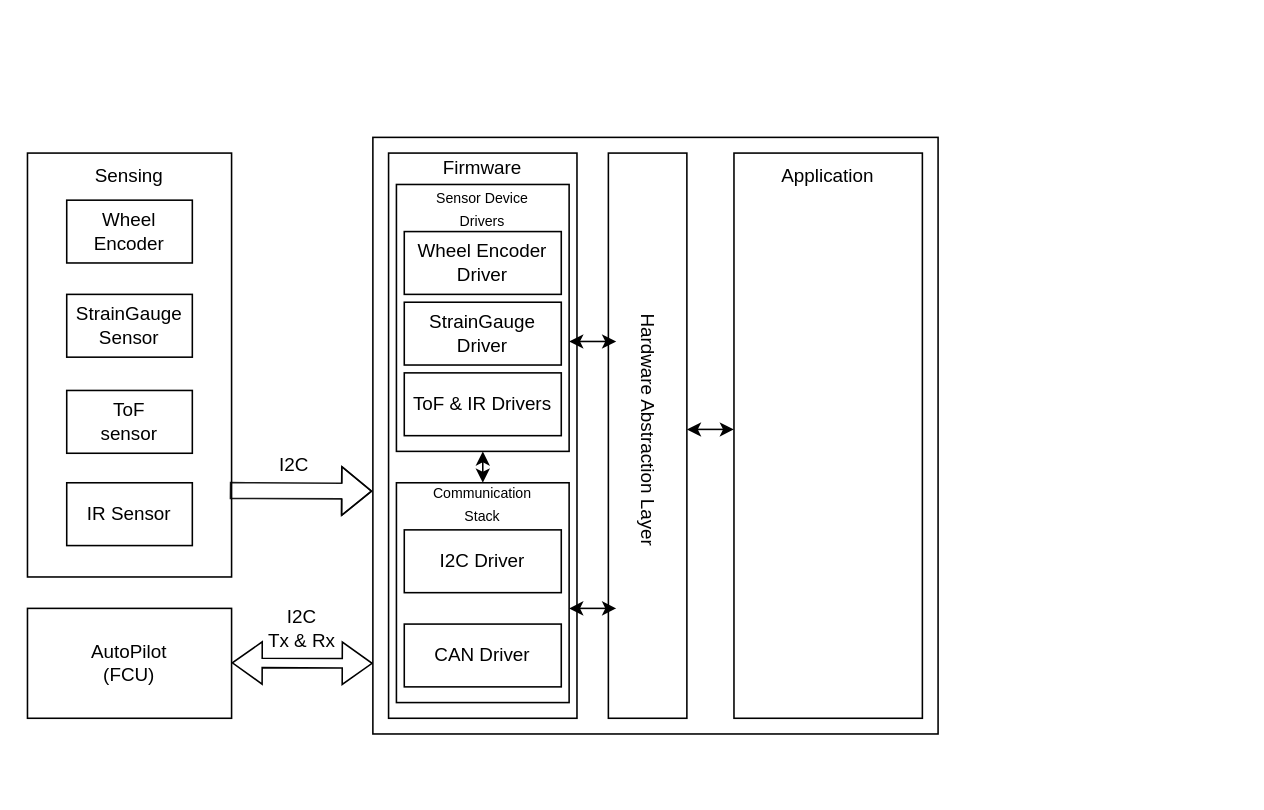
The draw.io diagram Untitled Diagram.drawio in ven0m-hue/Noreason, before the edit. Source tidied: cells renumbered, new cells numbered last; positions are measured from the earlier drawing's top-left corner, leaving out a move shared by most shapes. Both pictures are drawn from the tidied source at 157%, with x=0, y=0 at pixel (27, 137).
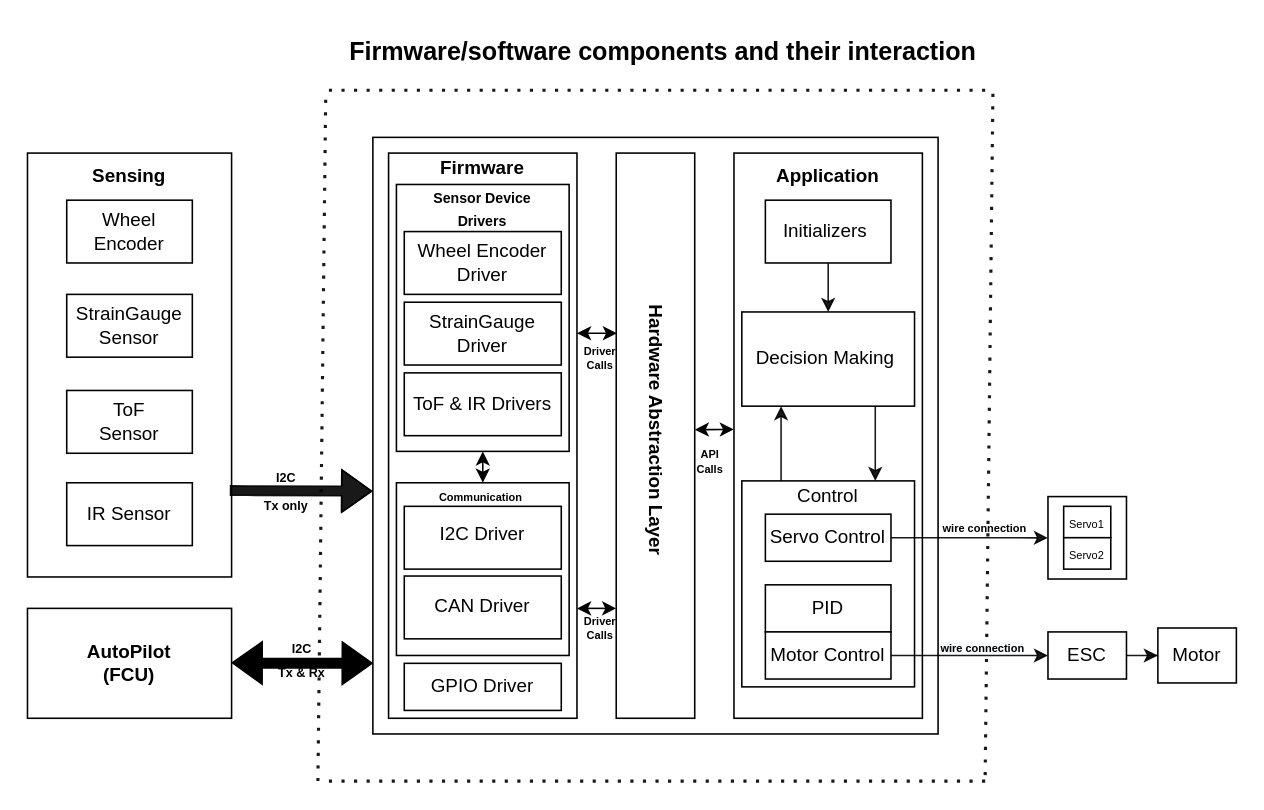
After the change.

Unchanged cells that the change refers to:
```xml
<mxCell id="2" style="rounded=0;whiteSpace=wrap;html=1;" parent="1" vertex="1">
  <mxGeometry y="10" width="130" height="270" as="geometry" />
</mxCell>
<mxCell id="10" style="rounded=0;whiteSpace=wrap;html=1;" parent="1" vertex="1">
  <mxGeometry x="220" width="360" height="380" as="geometry" />
</mxCell>
```

Change to the diagram source:
```diff
@@
-    <mxCell id="3" value="Sensing" style="text;html=1;strokeColor=none;fillColor=none;align=center;verticalAlign=middle;whiteSpace=wrap;rounded=0;" parent="1" vertex="1">
+    <mxCell id="3" value="&lt;b&gt;Sensing&lt;/b&gt;" style="text;html=1;strokeColor=none;fillColor=none;align=center;verticalAlign=middle;whiteSpace=wrap;rounded=0;" parent="1" vertex="1">
       <mxGeometry x="35" y="10" width="60" height="30" as="geometry" />
     </mxCell>
-    <mxCell id="4" value="ToF&lt;br&gt;sensor" style="rounded=0;whiteSpace=wrap;html=1;" parent="1" vertex="1">
+    <mxCell id="4" value="ToF&lt;br&gt;Sensor" style="rounded=0;whiteSpace=wrap;html=1;" parent="1" vertex="1">
       <mxGeometry x="25" y="161.2" width="80" height="40" as="geometry" />
     </mxCell>
@@
-    <mxCell id="8" value="AutoPilot&lt;br&gt;(FCU)" style="rounded=0;whiteSpace=wrap;html=1;" parent="1" vertex="1">
+    <mxCell id="8" value="&lt;b&gt;AutoPilot&lt;br&gt;(FCU)&lt;/b&gt;" style="rounded=0;whiteSpace=wrap;html=1;" parent="1" vertex="1">
       <mxGeometry y="300" width="130" height="70" as="geometry" />
     </mxCell>
-    <mxCell id="9" style="shape=flexArrow;endArrow=classic;startArrow=classic;html=1;rounded=0;width=6;" parent="1" edge="1">
+    <mxCell id="9" style="shape=flexArrow;endArrow=classic;startArrow=classic;html=1;rounded=0;width=6;fillColor=#000000;" parent="1" edge="1">
       <mxGeometry relative="1" as="geometry">
         <mxPoint x="130" y="334.7" as="sourcePoint" />
         <mxPoint x="220" y="335" as="targetPoint" />
       </mxGeometry>
     </mxCell>
@@
-    <mxCell id="12" value="Firmware" style="text;html=1;strokeColor=none;fillColor=none;align=center;verticalAlign=middle;whiteSpace=wrap;rounded=0;" parent="1" vertex="1">
+    <mxCell id="12" value="&lt;b&gt;Firmware&lt;/b&gt;" style="text;html=1;strokeColor=none;fillColor=none;align=center;verticalAlign=middle;whiteSpace=wrap;rounded=0;" parent="1" vertex="1">
       <mxGeometry x="260" y="10" width="60" height="20" as="geometry" />
     </mxCell>
@@
-    <mxCell id="14" value="&lt;font style=&quot;font-size: 9px&quot;&gt;Sensor Device Drivers&lt;/font&gt;" style="text;html=1;strokeColor=none;fillColor=none;align=center;verticalAlign=middle;whiteSpace=wrap;rounded=0;" parent="1" vertex="1">
+    <mxCell id="14" value="&lt;font style=&quot;font-size: 9px&quot;&gt;&lt;b&gt;Sensor Device Drivers&lt;/b&gt;&lt;/font&gt;" style="text;html=1;strokeColor=none;fillColor=none;align=center;verticalAlign=middle;whiteSpace=wrap;rounded=0;" parent="1" vertex="1">
       <mxGeometry x="250" y="30" width="80" height="30" as="geometry" />
     </mxCell>
@@
     <mxCell id="18" style="rounded=0;whiteSpace=wrap;html=1;" parent="1" vertex="1">
-      <mxGeometry x="235" y="220" width="110" height="140" as="geometry" />
+      <mxGeometry x="235" y="220" width="110" height="110" as="geometry" />
     </mxCell>
@@
-    <mxCell id="20" value="&lt;font style=&quot;font-size: 9px&quot;&gt;Communication Stack&lt;/font&gt;" style="text;html=1;strokeColor=none;fillColor=none;align=center;verticalAlign=middle;whiteSpace=wrap;rounded=0;" parent="1" vertex="1">
-      <mxGeometry x="260" y="225" width="60" height="15" as="geometry" />
+    <mxCell id="20" value="&lt;font size=&quot;1&quot;&gt;&lt;b style=&quot;font-size: 7px&quot;&gt;Communication&amp;nbsp;&lt;/b&gt;&lt;/font&gt;" style="text;html=1;strokeColor=none;fillColor=none;align=center;verticalAlign=middle;whiteSpace=wrap;rounded=0;" parent="1" vertex="1">
+      <mxGeometry x="260" y="220" width="60" height="15" as="geometry" />
     </mxCell>
     <mxCell id="21" style="rounded=0;whiteSpace=wrap;html=1;" parent="1" vertex="1">
-      <mxGeometry x="240" y="250" width="100" height="40" as="geometry" />
+      <mxGeometry x="240" y="235" width="100" height="40" as="geometry" />
     </mxCell>
     <mxCell id="22" value="&lt;font style=&quot;font-size: 12px&quot;&gt;I2C Driver&lt;/font&gt;" style="text;html=1;strokeColor=none;fillColor=none;align=center;verticalAlign=middle;whiteSpace=wrap;rounded=0;fontSize=9;" parent="1" vertex="1">
-      <mxGeometry x="260" y="255" width="60" height="30" as="geometry" />
+      <mxGeometry x="260" y="238.1" width="60" height="30" as="geometry" />
     </mxCell>
     <mxCell id="23" value="CAN Driver" style="rounded=0;whiteSpace=wrap;html=1;" parent="1" vertex="1">
-      <mxGeometry x="240" y="310" width="100" height="40" as="geometry" />
+      <mxGeometry x="240" y="279.4" width="100" height="40" as="geometry" />
     </mxCell>
     <mxCell id="24" style="rounded=0;whiteSpace=wrap;html=1;fontSize=12;" parent="1" vertex="1">
-      <mxGeometry x="370" y="10" width="50" height="360" as="geometry" />
+      <mxGeometry x="375" y="10" width="50" height="360" as="geometry" />
     </mxCell>
-    <mxCell id="25" value="Hardware Abstraction Layer" style="text;html=1;strokeColor=none;fillColor=none;align=center;verticalAlign=middle;whiteSpace=wrap;rounded=0;fontSize=12;rotation=90;" parent="1" vertex="1">
-      <mxGeometry x="283.8" y="171.2" width="222.5" height="30" as="geometry" />
+    <mxCell id="25" value="&lt;b&gt;Hardware Abstraction Layer&lt;/b&gt;" style="text;html=1;strokeColor=none;fillColor=none;align=center;verticalAlign=middle;whiteSpace=wrap;rounded=0;fontSize=12;rotation=90;" parent="1" vertex="1">
+      <mxGeometry x="288.8" y="171.2" width="222.5" height="30" as="geometry" />
     </mxCell>
-    <mxCell id="26" style="endArrow=classic;startArrow=classic;html=1;rounded=0;verticalAlign=top;horizontal=0;fontStyle=2;align=center;" parent="1" edge="1">
+    <mxCell id="26" style="endArrow=classic;startArrow=classic;html=1;rounded=0;verticalAlign=top;horizontal=0;fontStyle=2;align=center;entryX=0.01;entryY=0.319;entryDx=0;entryDy=0;entryPerimeter=0;" parent="1" edge="1" target="24">
       <mxGeometry relative="1" as="geometry">
-        <mxPoint x="345" y="130" as="sourcePoint" />
-        <mxPoint x="375" y="130" as="targetPoint" />
+        <mxPoint x="350" y="124.7" as="sourcePoint" />
       </mxGeometry>
     </mxCell>
     <mxCell id="27" style="endArrow=classic;startArrow=classic;html=1;rounded=0;verticalAlign=top;horizontal=0;fontStyle=2;align=center;" parent="1" edge="1">
       <mxGeometry relative="1" as="geometry">
-        <mxPoint x="345" y="300" as="sourcePoint" />
+        <mxPoint x="350" y="300" as="sourcePoint" />
         <mxPoint x="375" y="300" as="targetPoint" />
       </mxGeometry>
     </mxCell>
@@
     <mxCell id="29" style="endArrow=classic;startArrow=classic;html=1;rounded=0;verticalAlign=top;horizontal=0;fontStyle=2;align=center;" parent="1" edge="1">
       <mxGeometry relative="1" as="geometry">
-        <mxPoint x="420" y="186" as="sourcePoint" />
+        <mxPoint x="425" y="186.2" as="sourcePoint" />
         <mxPoint x="450" y="186" as="targetPoint" />
       </mxGeometry>
     </mxCell>
-    <mxCell id="30" value="I2C" style="text;html=1;strokeColor=none;fillColor=none;align=center;verticalAlign=middle;whiteSpace=wrap;rounded=0;fontSize=12;" parent="1" vertex="1">
-      <mxGeometry x="150" y="200" width="40" height="18.8" as="geometry" />
+    <mxCell id="30" value="&lt;font style=&quot;font-size: 8px&quot;&gt;&lt;b&gt;I2C&lt;/b&gt;&lt;/font&gt;" style="text;html=1;strokeColor=none;fillColor=none;align=center;verticalAlign=middle;whiteSpace=wrap;rounded=0;fontSize=12;" parent="1" vertex="1">
+      <mxGeometry x="145" y="206.2" width="40" height="18.8" as="geometry" />
     </mxCell>
-    <mxCell id="31" style="shape=flexArrow;endArrow=classic;html=1;rounded=0;fontSize=12;sourcePerimeterSpacing=0;strokeWidth=1;opacity=90;exitX=0.991;exitY=0.796;exitDx=0;exitDy=0;exitPerimeter=0;entryX=-0.001;entryY=0.593;entryDx=0;entryDy=0;entryPerimeter=0;" parent="1" edge="1" source="2" target="10">
+    <mxCell id="31" style="shape=flexArrow;endArrow=classic;html=1;rounded=0;fontSize=12;sourcePerimeterSpacing=0;strokeWidth=1;opacity=90;exitX=0.991;exitY=0.796;exitDx=0;exitDy=0;exitPerimeter=0;entryX=-0.001;entryY=0.593;entryDx=0;entryDy=0;entryPerimeter=0;width=6;labelBackgroundColor=#000000;fillColor=#000000;" parent="1" edge="1" source="2" target="10">
       <mxGeometry relative="1" as="geometry">
         <Array as="points">
           <mxPoint x="140" y="225" />
         </Array>
       </mxGeometry>
     </mxCell>
-    <mxCell id="32" value="I2C&lt;br&gt;Tx &amp;amp; Rx" style="text;html=1;strokeColor=none;fillColor=none;align=center;verticalAlign=middle;whiteSpace=wrap;rounded=0;fontSize=12;" parent="1" vertex="1">
-      <mxGeometry x="150" y="300" width="50" height="25" as="geometry" />
+    <mxCell id="32" value="&lt;font style=&quot;font-size: 8px&quot;&gt;&lt;b&gt;I2C&lt;br&gt;Tx &amp;amp; Rx&lt;/b&gt;&lt;/font&gt;" style="text;html=1;strokeColor=none;fillColor=none;align=center;verticalAlign=middle;whiteSpace=wrap;rounded=0;fontSize=12;" parent="1" vertex="1">
+      <mxGeometry x="150" y="319.4" width="50" height="25" as="geometry" />
     </mxCell>
-    <mxCell id="33" value="Application" style="text;html=1;strokeColor=none;fillColor=none;align=center;verticalAlign=middle;whiteSpace=wrap;rounded=0;fontSize=12;" parent="1" vertex="1">
+    <mxCell id="33" value="&lt;b&gt;Application&lt;/b&gt;" style="text;html=1;strokeColor=none;fillColor=none;align=center;verticalAlign=middle;whiteSpace=wrap;rounded=0;fontSize=12;" parent="1" vertex="1">
       <mxGeometry x="470" y="10" width="80" height="30" as="geometry" />
     </mxCell>
+    <mxCell id="34" style="edgeStyle=orthogonalEdgeStyle;rounded=0;jettySize=auto;html=1;fontSize=12;sourcePerimeterSpacing=0;strokeWidth=1;opacity=90;" parent="1" edge="1" source="35" target="37">
+      <mxGeometry relative="1" as="geometry" />
+    </mxCell>
+    <mxCell id="35" value="Initializers&amp;nbsp;" style="rounded=0;whiteSpace=wrap;html=1;fontSize=12;" parent="1" vertex="1">
+      <mxGeometry x="470" y="40" width="80" height="40" as="geometry" />
+    </mxCell>
+    <mxCell id="36" style="edgeStyle=orthogonalEdgeStyle;rounded=0;jettySize=auto;html=1;fontSize=12;sourcePerimeterSpacing=0;strokeWidth=1;opacity=90;" parent="1" edge="1" source="37" target="45">
+      <mxGeometry relative="1" as="geometry">
+        <Array as="points">
+          <mxPoint x="540" y="190" />
+          <mxPoint x="540" y="190" />
+        </Array>
+      </mxGeometry>
+    </mxCell>
+    <mxCell id="37" value="Decision Making&amp;nbsp;" style="rounded=0;whiteSpace=wrap;html=1;fontSize=12;" parent="1" vertex="1">
+      <mxGeometry x="455" y="111.2" width="110" height="60" as="geometry" />
+    </mxCell>
+    <mxCell id="38" style="rounded=0;whiteSpace=wrap;html=1;fontSize=12;" parent="1" vertex="1">
+      <mxGeometry x="455" y="218.8" width="110" height="131.2" as="geometry" />
+    </mxCell>
+    <mxCell id="39" value="PID" style="rounded=0;whiteSpace=wrap;html=1;fontSize=12;" parent="1" vertex="1">
+      <mxGeometry x="470" y="285" width="80" height="30" as="geometry" />
+    </mxCell>
+    <mxCell id="40" style="edgeStyle=orthogonalEdgeStyle;rounded=0;jettySize=auto;html=1;fontSize=12;sourcePerimeterSpacing=0;strokeWidth=1;opacity=90;" parent="1" edge="1" source="41" target="47">
+      <mxGeometry relative="1" as="geometry" />
+    </mxCell>
+    <mxCell id="41" value="Servo Control" style="rounded=0;whiteSpace=wrap;html=1;fontSize=12;" parent="1" vertex="1">
+      <mxGeometry x="470" y="240" width="80" height="30" as="geometry" />
+    </mxCell>
+    <mxCell id="42" style="edgeStyle=orthogonalEdgeStyle;rounded=0;jettySize=auto;html=1;fontSize=7;sourcePerimeterSpacing=0;strokeWidth=1;opacity=90;" parent="1" edge="1" source="43" target="51">
+      <mxGeometry relative="1" as="geometry" />
+    </mxCell>
+    <mxCell id="43" value="Motor Control" style="rounded=0;whiteSpace=wrap;html=1;fontSize=12;" parent="1" vertex="1">
+      <mxGeometry x="470" y="315" width="80" height="30" as="geometry" />
+    </mxCell>
+    <mxCell id="44" style="edgeStyle=orthogonalEdgeStyle;rounded=0;jettySize=auto;html=1;fontSize=12;sourcePerimeterSpacing=0;strokeWidth=1;opacity=90;" parent="1" edge="1" source="45" target="37">
+      <mxGeometry relative="1" as="geometry">
+        <Array as="points">
+          <mxPoint x="480" y="190" />
+          <mxPoint x="480" y="190" />
+        </Array>
+      </mxGeometry>
+    </mxCell>
+    <mxCell id="45" value="Control" style="text;html=1;strokeColor=none;fillColor=none;align=center;verticalAlign=middle;whiteSpace=wrap;rounded=0;fontSize=12;" parent="1" vertex="1">
+      <mxGeometry x="480" y="218.8" width="60" height="21.2" as="geometry" />
+    </mxCell>
+    <mxCell id="46" value="&lt;font style=&quot;font-size: 8px&quot;&gt;&lt;b&gt;Tx only&lt;/b&gt;&lt;/font&gt;" style="text;html=1;strokeColor=none;fillColor=none;align=center;verticalAlign=middle;whiteSpace=wrap;rounded=0;fontSize=12;" parent="1" vertex="1">
+      <mxGeometry x="140" y="228.8" width="50" height="9.4" as="geometry" />
+    </mxCell>
+    <mxCell id="47" style="rounded=0;whiteSpace=wrap;html=1;fontSize=12;" parent="1" vertex="1">
+      <mxGeometry x="650" y="228.8" width="50" height="52.5" as="geometry" />
+    </mxCell>
+    <mxCell id="48" value="&lt;font style=&quot;font-size: 7px&quot;&gt;Servo1&lt;/font&gt;" style="rounded=0;whiteSpace=wrap;html=1;fontSize=12;" parent="1" vertex="1">
+      <mxGeometry x="660" y="235" width="30" height="20" as="geometry" />
+    </mxCell>
+    <mxCell id="49" value="&lt;font style=&quot;font-size: 7px&quot;&gt;Servo2&lt;/font&gt;" style="rounded=0;whiteSpace=wrap;html=1;fontSize=12;" parent="1" vertex="1">
+      <mxGeometry x="660" y="255" width="30" height="20" as="geometry" />
+    </mxCell>
+    <mxCell id="50" style="edgeStyle=orthogonalEdgeStyle;rounded=0;jettySize=auto;html=1;fontSize=7;sourcePerimeterSpacing=0;strokeWidth=1;opacity=90;" parent="1" edge="1" source="51" target="52">
+      <mxGeometry relative="1" as="geometry" />
+    </mxCell>
+    <mxCell id="51" value="ESC" style="rounded=0;whiteSpace=wrap;html=1;fontSize=12;" parent="1" vertex="1">
+      <mxGeometry x="650" y="315" width="50" height="30" as="geometry" />
+    </mxCell>
+    <mxCell id="52" value="Motor" style="whiteSpace=wrap;html=1;rounded=0;" parent="1" vertex="1">
+      <mxGeometry x="720" y="312.5" width="50" height="35" as="geometry" />
+    </mxCell>
+    <mxCell id="53" value="&lt;b&gt;API Calls&lt;/b&gt;" style="text;html=1;strokeColor=none;fillColor=none;align=center;verticalAlign=middle;whiteSpace=wrap;rounded=0;fontSize=7;" parent="1" vertex="1">
+      <mxGeometry x="420" y="200" width="30" height="13.8" as="geometry" />
+    </mxCell>
+    <mxCell id="54" value="&lt;b&gt;Driver Calls&lt;/b&gt;" style="text;html=1;strokeColor=none;fillColor=none;align=center;verticalAlign=middle;whiteSpace=wrap;rounded=0;fontSize=7;" parent="1" vertex="1">
+      <mxGeometry x="355" y="134.4" width="20" height="13.8" as="geometry" />
+    </mxCell>
+    <mxCell id="55" value="&lt;b&gt;Driver Calls&lt;/b&gt;" style="text;html=1;strokeColor=none;fillColor=none;align=center;verticalAlign=middle;whiteSpace=wrap;rounded=0;fontSize=7;" parent="1" vertex="1">
+      <mxGeometry x="355" y="305.6" width="20" height="13.8" as="geometry" />
+    </mxCell>
+    <mxCell id="56" style="endArrow=none;dashed=1;html=1;dashPattern=1 3;strokeWidth=2;rounded=0;labelBackgroundColor=#000000;fontSize=8;sourcePerimeterSpacing=0;fillColor=#000000;opacity=90;" parent="1" edge="1">
+      <mxGeometry relative="1" as="geometry">
+        <mxPoint x="185" y="410" as="sourcePoint" />
+        <mxPoint x="190" y="-30" as="targetPoint" />
+      </mxGeometry>
+    </mxCell>
+    <mxCell id="57" style="endArrow=none;dashed=1;html=1;dashPattern=1 3;strokeWidth=2;rounded=0;labelBackgroundColor=#000000;fontSize=8;sourcePerimeterSpacing=0;fillColor=#000000;opacity=90;" parent="1" edge="1">
+      <mxGeometry relative="1" as="geometry">
+        <mxPoint x="610" y="-30" as="sourcePoint" />
+        <mxPoint x="190" y="-30" as="targetPoint" />
+      </mxGeometry>
+    </mxCell>
+    <mxCell id="58" style="endArrow=none;dashed=1;html=1;dashPattern=1 3;strokeWidth=2;rounded=0;labelBackgroundColor=#000000;fontSize=8;sourcePerimeterSpacing=0;fillColor=#000000;opacity=90;" parent="1" edge="1">
+      <mxGeometry relative="1" as="geometry">
+        <mxPoint x="610" y="410" as="sourcePoint" />
+        <mxPoint x="190" y="410" as="targetPoint" />
+      </mxGeometry>
+    </mxCell>
+    <mxCell id="59" style="endArrow=none;dashed=1;html=1;dashPattern=1 3;strokeWidth=2;rounded=0;labelBackgroundColor=#000000;fontSize=8;sourcePerimeterSpacing=0;fillColor=#000000;opacity=90;" parent="1" edge="1">
+      <mxGeometry relative="1" as="geometry">
+        <mxPoint x="610" y="406.2" as="sourcePoint" />
+        <mxPoint x="615" y="-33.7" as="targetPoint" />
+      </mxGeometry>
+    </mxCell>
+    <mxCell id="60" value="&lt;font style=&quot;font-size: 16px&quot;&gt;&lt;b&gt;Firmware/software components and their interaction&lt;/b&gt;&lt;/font&gt;" style="text;html=1;strokeColor=none;fillColor=none;align=center;verticalAlign=middle;whiteSpace=wrap;rounded=0;fontSize=8;" parent="1" vertex="1">
+      <mxGeometry x="200" y="-70" width="410" height="30" as="geometry" />
+    </mxCell>
+    <mxCell id="61" value="&lt;font size=&quot;1&quot;&gt;&lt;b style=&quot;font-size: 7px&quot;&gt;wire connection&lt;/b&gt;&lt;/font&gt;" style="text;html=1;strokeColor=none;fillColor=none;align=center;verticalAlign=middle;whiteSpace=wrap;rounded=0;fontSize=16;" parent="1" vertex="1">
+      <mxGeometry x="580" y="236.2" width="60" height="18.8" as="geometry" />
+    </mxCell>
+    <mxCell id="62" value="&lt;b style=&quot;color: rgb(0, 0, 0); font-family: helvetica; font-style: normal; letter-spacing: normal; text-align: center; text-indent: 0px; text-transform: none; word-spacing: 0px; background-color: rgb(248, 249, 250); font-size: 7px;&quot;&gt;wire connection&lt;/b&gt;" style="text;whiteSpace=wrap;html=1;fontSize=7;" parent="1" vertex="1">
+      <mxGeometry x="580" y="315" width="80" height="20" as="geometry" />
+    </mxCell>
+    <mxCell id="63" value="&lt;span style=&quot;font-size: 12px&quot;&gt;GPIO Driver&lt;/span&gt;" style="rounded=0;whiteSpace=wrap;html=1;fontSize=7;" parent="1" vertex="1">
+      <mxGeometry x="240" y="335" width="100" height="30" as="geometry" />
+    </mxCell>
```
